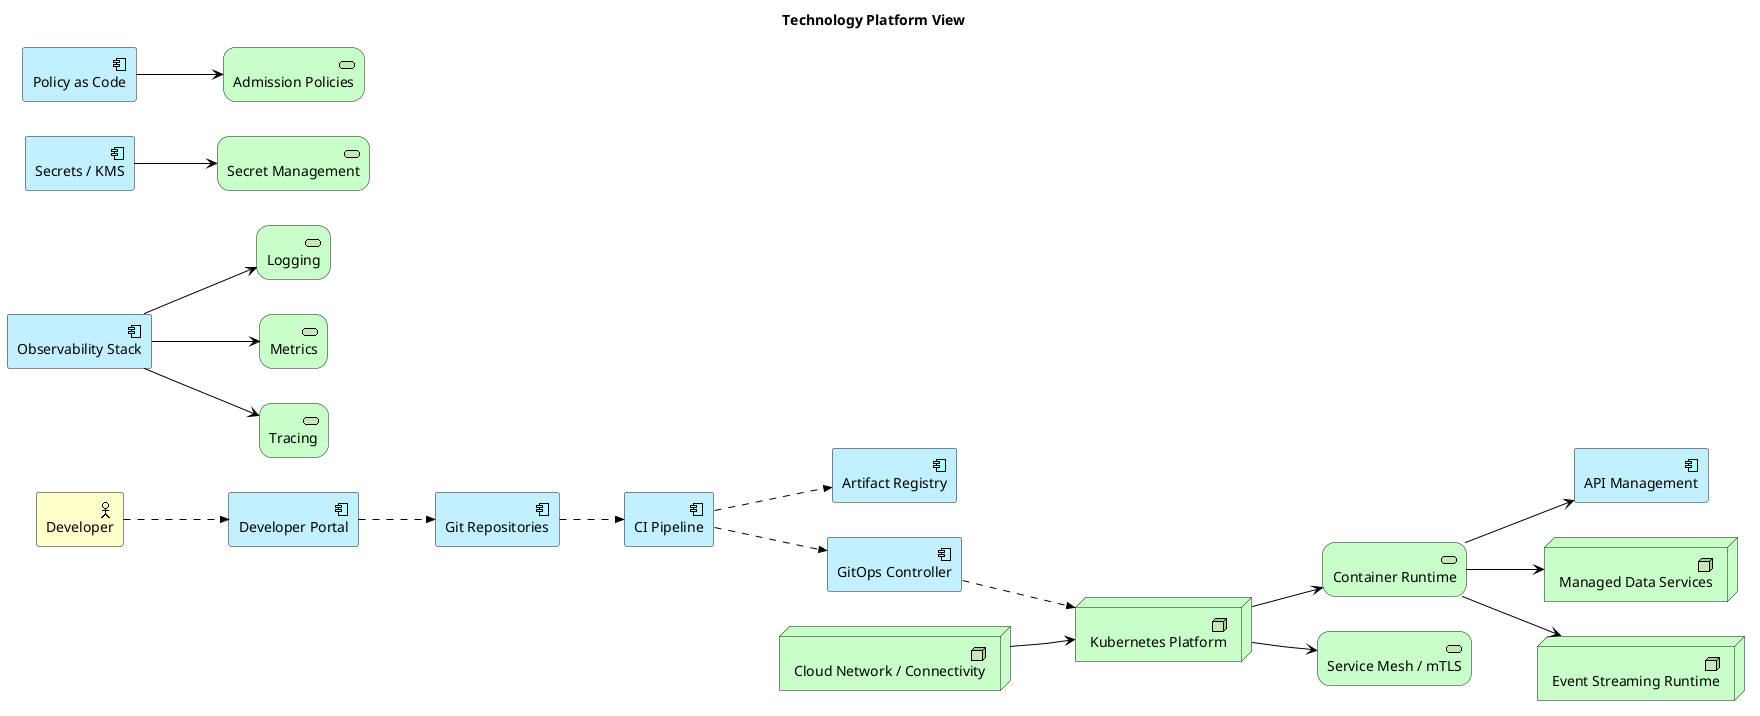
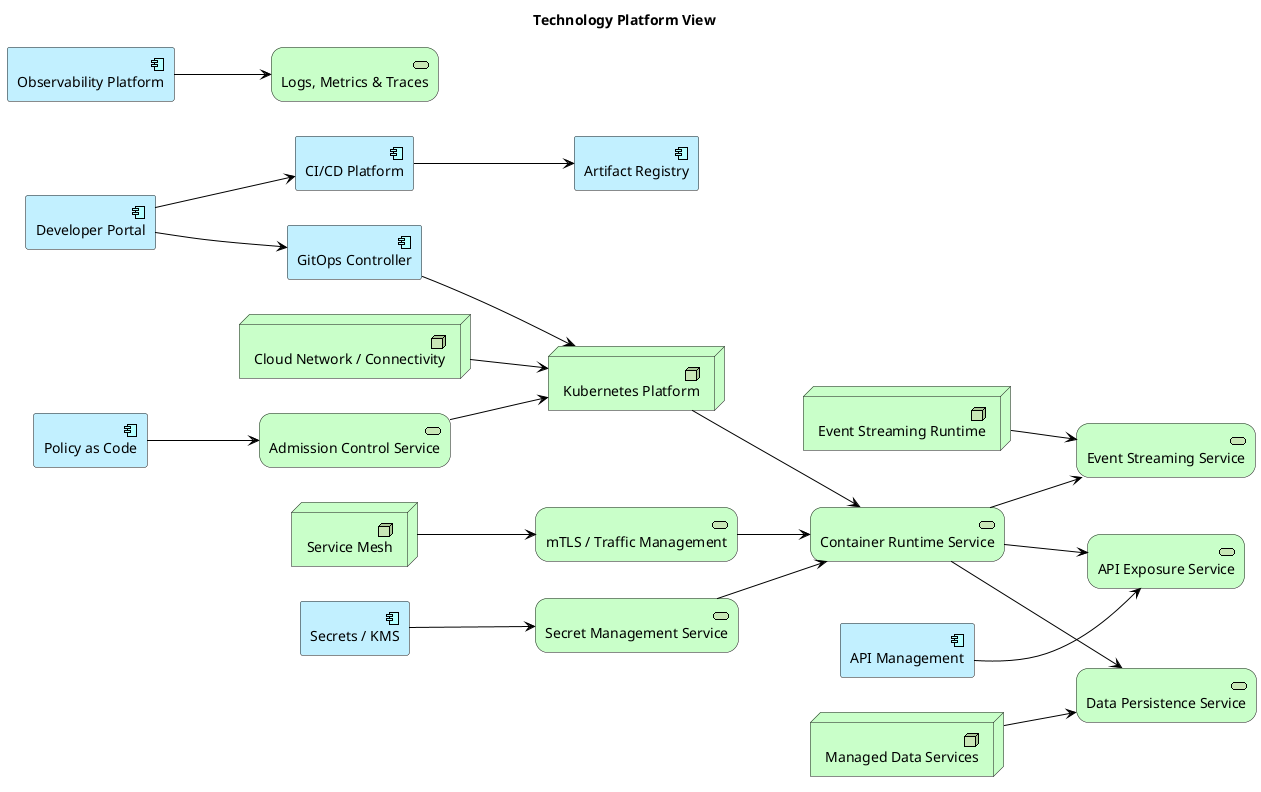
@startuml
!include <archimate/Archimate>
title Technology Platform View

left to right direction

- Business_Actor(developer, "Developer")
Application_Component(dev_portal, "Developer Portal")
- Application_Component(git_repo, "Git Repositories")
- Application_Component(ci, "CI Pipeline")
- Application_Component(registry, "Artifact Registry")
+ Application_Component(api_mgmt, "API Management")
+ Application_Component(ci_cd, "CI/CD Platform")
Application_Component(gitops, "GitOps Controller")
- Application_Component(api_mgmt, "API Management")
- Application_Component(obs, "Observability Stack")
+ Application_Component(obs, "Observability Platform")
Application_Component(secret_mgmt, "Secrets / KMS")
Application_Component(policy, "Policy as Code")
+ Application_Component(registry, "Artifact Registry")

Technology_Node(k8s, "Kubernetes Platform")
+ Technology_Node(service_mesh_node, "Service Mesh")
+ Technology_Node(event_runtime, "Event Streaming Runtime")
Technology_Node(data_runtime, "Managed Data Services")
- Technology_Node(event_runtime, "Event Streaming Runtime")
Technology_Node(network, "Cloud Network / Connectivity")

- Technology_Service(container_runtime, "Container Runtime")
- Technology_Service(service_mesh, "Service Mesh / mTLS")
- Technology_Service(logging, "Logging")
- Technology_Service(metrics, "Metrics")
- Technology_Service(tracing, "Tracing")
- Technology_Service(secret_service, "Secret Management")
- Technology_Service(policy_service, "Admission Policies")
+ Technology_Service(runtime_service, "Container Runtime Service")
+ Technology_Service(mesh_service, "mTLS / Traffic Management")
+ Technology_Service(api_service, "API Exposure Service")
+ Technology_Service(observability_service, "Logs, Metrics & Traces")
+ Technology_Service(secret_service, "Secret Management Service")
+ Technology_Service(policy_service, "Admission Control Service")
+ Technology_Service(event_service, "Event Streaming Service")
+ Technology_Service(data_service, "Data Persistence Service")

- Rel_Flow(developer, dev_portal)
- Rel_Flow(dev_portal, git_repo)
- Rel_Flow(git_repo, ci)
- Rel_Flow(ci, registry)
- Rel_Flow(ci, gitops)
- Rel_Flow(gitops, k8s)
+ Rel_Serving(dev_portal, ci_cd)
+ Rel_Serving(dev_portal, gitops)
+ Rel_Serving(ci_cd, registry)
+ Rel_Serving(gitops, k8s)

- Rel_Serving(k8s, container_runtime)
- Rel_Serving(k8s, service_mesh)
- Rel_Serving(obs, logging)
- Rel_Serving(obs, metrics)
- Rel_Serving(obs, tracing)
+ Rel_Serving(k8s, runtime_service)
+ Rel_Serving(service_mesh_node, mesh_service)
+ Rel_Serving(api_mgmt, api_service)
+ Rel_Serving(obs, observability_service)
Rel_Serving(secret_mgmt, secret_service)
Rel_Serving(policy, policy_service)
+ Rel_Serving(event_runtime, event_service)
+ Rel_Serving(data_runtime, data_service)

- Rel_Serving(container_runtime, api_mgmt)
- Rel_Serving(container_runtime, event_runtime)
- Rel_Serving(container_runtime, data_runtime)
+ Rel_Serving(runtime_service, api_service)
+ Rel_Serving(runtime_service, event_service)
+ Rel_Serving(runtime_service, data_service)
+ Rel_Serving(mesh_service, runtime_service)
+ Rel_Serving(secret_service, runtime_service)
+ Rel_Serving(policy_service, k8s)
Rel_Serving(network, k8s)
@enduml
